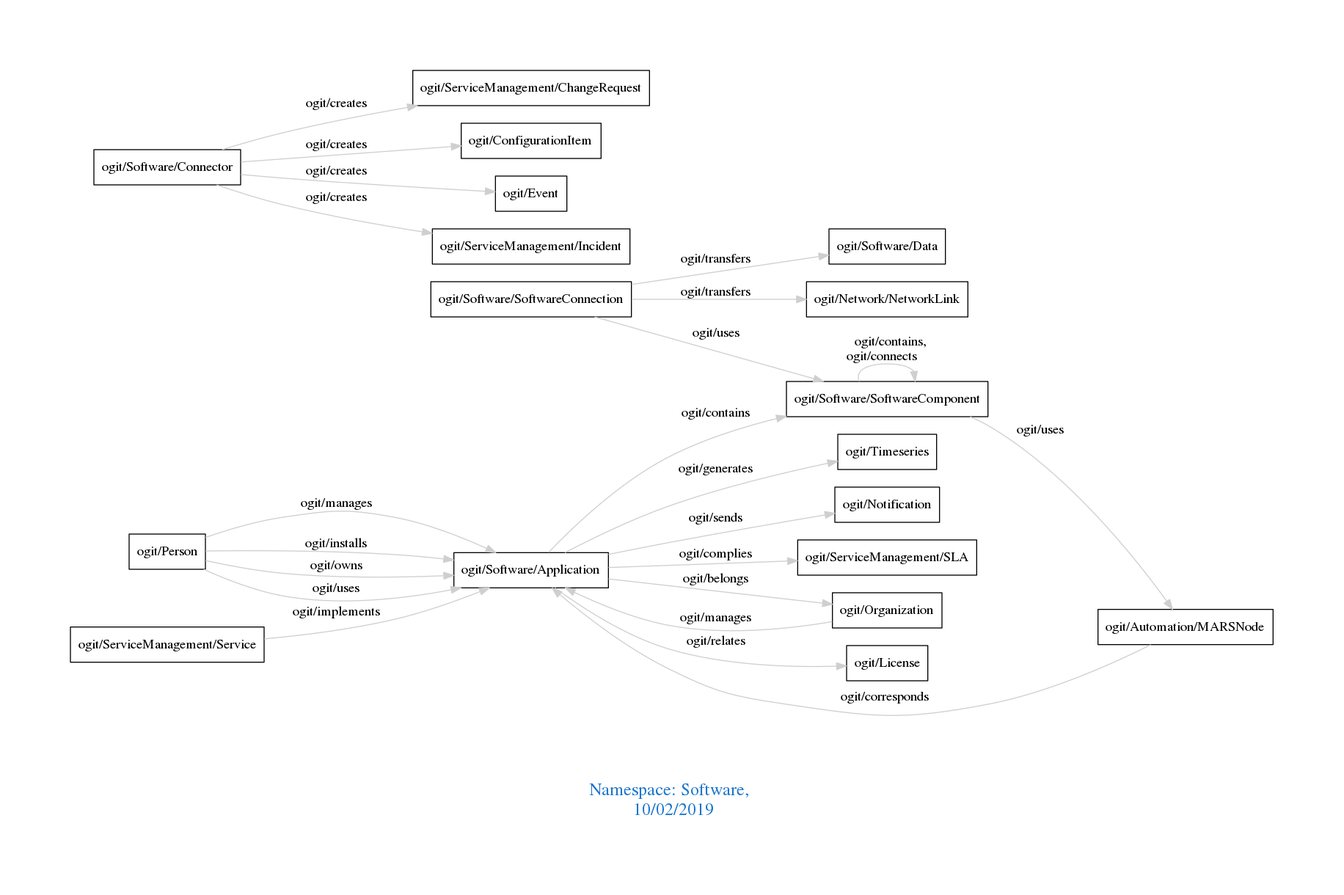
Before: downloads/Software.png, a diagram exported from Graphviz (arago/OGIT). Its source is kept beside it as downloads/Software.dot.
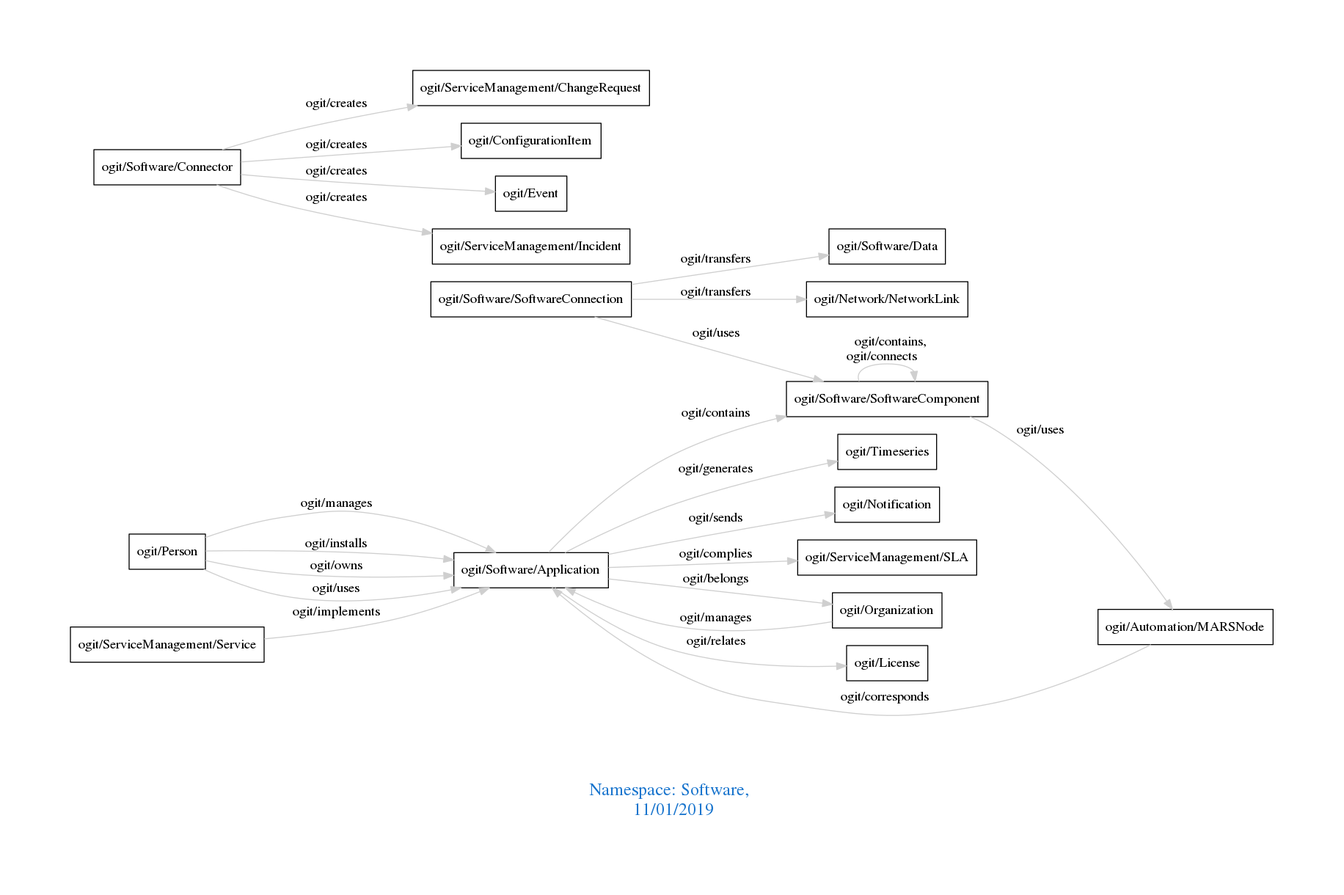
The same diagram one commit later.

What changed in the source:
```diff
@@ -1,7 +1,7 @@
 digraph OGIT_ontology {
  graph [ rankdir= LR,pad=1
 fontsize = 18,
-fontcolor= dodgerblue3,label = "\n\n\nNamespace: Software, \n 10/02/2019"];
+fontcolor= dodgerblue3,label = "\n\n\nNamespace: Software, \n 11/01/2019"];
 node[shape=polygon];
 edge [  color="gray81"];
 
```
